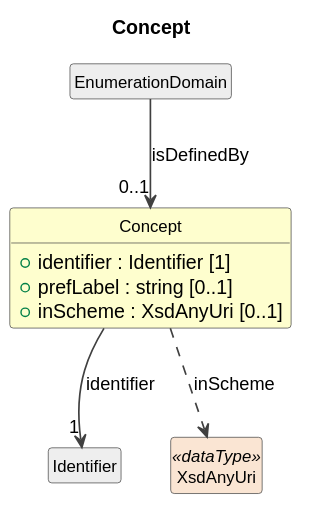
The PlantUML diagram cdif-uml-model/_plantuml/cdifDataStructure/Classes/Concept.svg in Cross-Domain-Interoperability-Framework/metadataBuildingBlocks, before a commit.
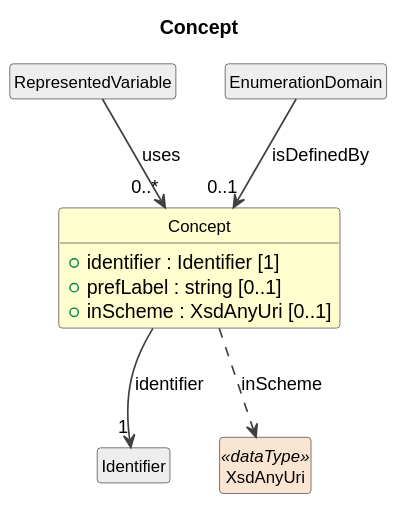
The same file after the commit.

What changed in the source:
```diff
@@ -15,6 +15,8 @@
   +prefLabel : string [0..1]
   +inScheme : XsdAnyUri [0..1]
 }
+class "RepresentedVariable" as RepresentedVariable #EEEEEE
+RepresentedVariable --> "0..*" Concept : uses
 class "EnumerationDomain" as EnumerationDomain #EEEEEE
 EnumerationDomain --> "0..1" Concept : isDefinedBy
 class "Identifier" as Identifier #EEEEEE
```
